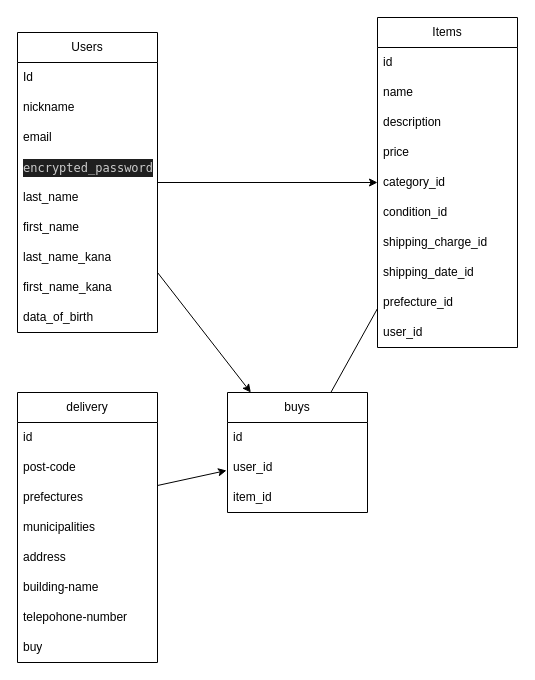
Before: er.dio in hm0139/furima-39527, a draw.io diagram. Source tidied: cells renumbered, new cells numbered last; positions are measured from the earlier drawing's top-left corner, leaving out a move shared by most shapes. Both pictures are drawn from the tidied source at 100%, with x=0, y=0 at pixel (17, 17).
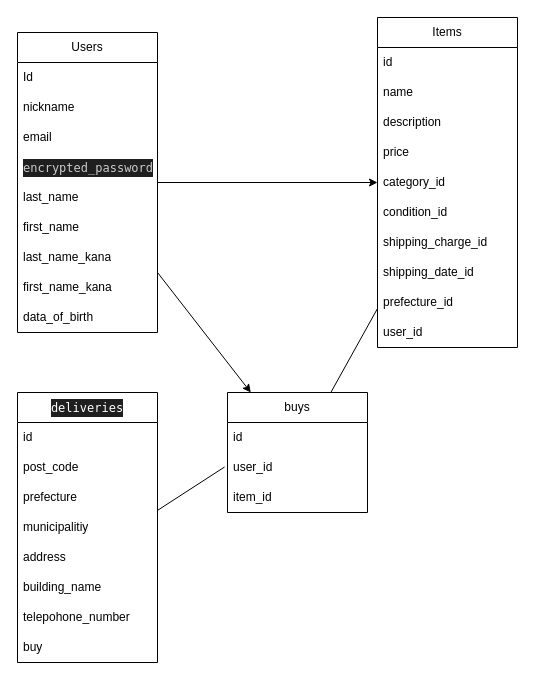
The same page after the edit.

Commit message (it also covers changes not shown here):
DB図修正その2

Unchanged cells that the change refers to:
```xml
<mxCell id="26" value="user_id" style="text;strokeColor=none;fillColor=none;align=left;verticalAlign=middle;spacingLeft=4;spacingRight=4;overflow=hidden;points=[[0,0.5],[1,0.5]];portConstraint=eastwest;whiteSpace=wrap;html=1;" parent="24" vertex="1">
  <mxGeometry y="60" width="140" height="30" as="geometry" />
</mxCell>
```

What changed in the source:
```diff
@@
-    <mxCell id="30" value="delivery" style="swimlane;fontStyle=0;horizontal=1;startSize=30;whiteSpace=wrap;html=1;" parent="1" vertex="1">
+    <mxCell id="30" value="&lt;div style=&quot;background-color: rgb(31, 31, 31); font-family: Menlo, Monaco, &amp;quot;Courier New&amp;quot;, monospace; line-height: 18px;&quot;&gt;&lt;font style=&quot;&quot; color=&quot;#ffffff&quot;&gt;deliveries&lt;/font&gt;&lt;/div&gt;" style="swimlane;fontStyle=0;horizontal=1;startSize=30;whiteSpace=wrap;html=1;" parent="1" vertex="1">
       <mxGeometry y="375" width="140" height="270" as="geometry" />
     </mxCell>
@@
-    <mxCell id="32" value="post-code" style="text;strokeColor=none;fillColor=none;align=left;verticalAlign=middle;spacingLeft=4;spacingRight=4;overflow=hidden;points=[[0,0.5],[1,0.5]];portConstraint=eastwest;whiteSpace=wrap;html=1;" parent="30" vertex="1">
+    <mxCell id="32" value="post_code" style="text;strokeColor=none;fillColor=none;align=left;verticalAlign=middle;spacingLeft=4;spacingRight=4;overflow=hidden;points=[[0,0.5],[1,0.5]];portConstraint=eastwest;whiteSpace=wrap;html=1;" parent="30" vertex="1">
       <mxGeometry y="60" width="140" height="30" as="geometry" />
     </mxCell>
-    <mxCell id="33" value="prefectures" style="text;strokeColor=none;fillColor=none;align=left;verticalAlign=middle;spacingLeft=4;spacingRight=4;overflow=hidden;whiteSpace=wrap;html=1;" parent="30" vertex="1">
+    <mxCell id="33" value="prefecture" style="text;strokeColor=none;fillColor=none;align=left;verticalAlign=middle;spacingLeft=4;spacingRight=4;overflow=hidden;whiteSpace=wrap;html=1;" parent="30" vertex="1">
       <mxGeometry y="90" width="140" height="30" as="geometry" />
     </mxCell>
-    <mxCell id="34" value="municipalities" style="text;strokeColor=none;fillColor=none;align=left;verticalAlign=middle;spacingLeft=4;spacingRight=4;overflow=hidden;points=[[0,0.5],[1,0.5]];portConstraint=eastwest;whiteSpace=wrap;html=1;" parent="30" vertex="1">
+    <mxCell id="34" value="municipalitiy" style="text;strokeColor=none;fillColor=none;align=left;verticalAlign=middle;spacingLeft=4;spacingRight=4;overflow=hidden;points=[[0,0.5],[1,0.5]];portConstraint=eastwest;whiteSpace=wrap;html=1;" parent="30" vertex="1">
       <mxGeometry y="120" width="140" height="30" as="geometry" />
     </mxCell>
@@
-    <mxCell id="36" value="building-name" style="text;strokeColor=none;fillColor=none;align=left;verticalAlign=middle;spacingLeft=4;spacingRight=4;overflow=hidden;whiteSpace=wrap;html=1;" parent="30" vertex="1">
+    <mxCell id="36" value="building_name" style="text;strokeColor=none;fillColor=none;align=left;verticalAlign=middle;spacingLeft=4;spacingRight=4;overflow=hidden;whiteSpace=wrap;html=1;" parent="30" vertex="1">
       <mxGeometry y="180" width="140" height="30" as="geometry" />
     </mxCell>
-    <mxCell id="37" value="telepohone-number" style="text;strokeColor=none;fillColor=none;align=left;verticalAlign=middle;spacingLeft=4;spacingRight=4;overflow=hidden;whiteSpace=wrap;html=1;" parent="30" vertex="1">
+    <mxCell id="37" value="telepohone_number" style="text;strokeColor=none;fillColor=none;align=left;verticalAlign=middle;spacingLeft=4;spacingRight=4;overflow=hidden;whiteSpace=wrap;html=1;" parent="30" vertex="1">
       <mxGeometry y="210" width="140" height="30" as="geometry" />
     </mxCell>
@@
-    <mxCell id="39" style="endArrow=classic;html=1;entryX=-0.007;entryY=0.6;entryDx=0;entryDy=0;entryPerimeter=0;exitX=1;exitY=1.1;exitDx=0;exitDy=0;exitPerimeter=0;" parent="1" edge="1" source="32" target="26">
-      <mxGeometry relative="1" as="geometry" />
-    </mxCell>
+    <mxCell id="40" style="endArrow=none;html=1;entryX=-0.021;entryY=0.483;entryDx=0;entryDy=0;entryPerimeter=0;exitX=0.996;exitY=-0.058;exitDx=0;exitDy=0;exitPerimeter=0;" parent="1" edge="1" source="34" target="26">
+      <mxGeometry relative="1" as="geometry" />
+    </mxCell>
```
